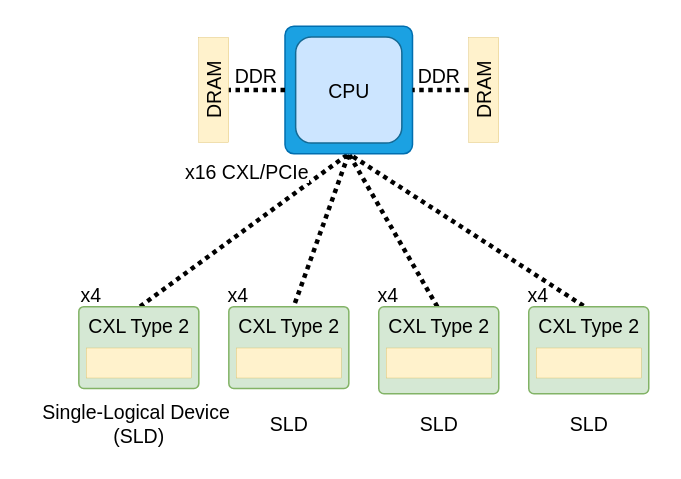
Earlier version of the draw.io diagram Figure 1b Multiple SLD Per Host Expansion.drawio (kamilkhan52/cxl_diagrams). Source tidied: cells renumbered, new cells numbered last; positions are measured from the earlier drawing's top-left corner, leaving out a move shared by most shapes. Both pictures are drawn from the tidied source at 150%, with x=0, y=0 at pixel (26, 26).
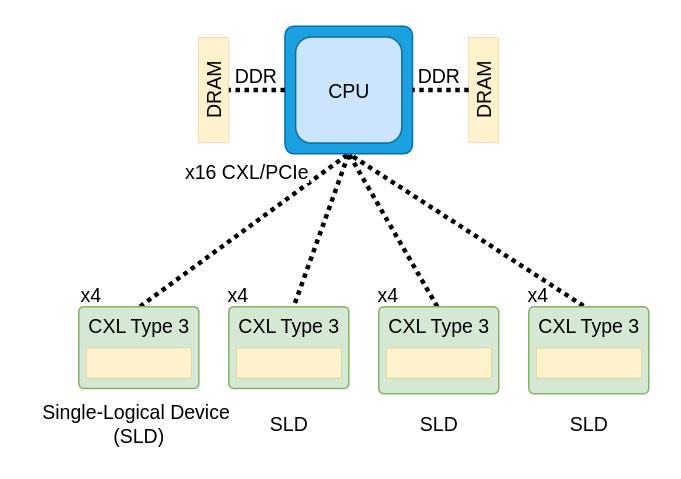
The same diagram, later.

Diff of the diagram source:
```diff
@@
-    <mxCell id="8" value="&lt;font style=&quot;font-size: 13px;&quot;&gt;CXL Type 2&lt;/font&gt;" style="text;html=1;align=center;verticalAlign=middle;points=[];strokeColor=none;fillColor=none;labelBackgroundColor=none;fontColor=#000000;fontSize=13;" parent="1" vertex="1">
+    <mxCell id="8" value="&lt;font style=&quot;font-size: 13px;&quot;&gt;CXL Type 3&lt;/font&gt;" style="text;html=1;align=center;verticalAlign=middle;points=[];strokeColor=none;fillColor=none;labelBackgroundColor=none;fontColor=#000000;fontSize=13;" parent="1" vertex="1">
       <mxGeometry x="30" y="184.5" width="90" height="30" as="geometry" />
     </mxCell>
@@
-    <mxCell id="12" value="&lt;font style=&quot;font-size: 13px;&quot;&gt;CXL Type 2&lt;/font&gt;" style="text;html=1;align=center;verticalAlign=middle;points=[];strokeColor=none;fillColor=none;labelBackgroundColor=none;fontColor=#000000;fontSize=13;" parent="1" vertex="1">
+    <mxCell id="12" value="&lt;font style=&quot;font-size: 13px;&quot;&gt;CXL Type 3&lt;/font&gt;" style="text;html=1;align=center;verticalAlign=middle;points=[];strokeColor=none;fillColor=none;labelBackgroundColor=none;fontColor=#000000;fontSize=13;" parent="1" vertex="1">
       <mxGeometry x="130" y="184.5" width="90" height="30" as="geometry" />
     </mxCell>
@@
-    <mxCell id="16" value="&lt;font style=&quot;font-size: 13px;&quot;&gt;CXL Type 2&lt;/font&gt;" style="text;html=1;align=center;verticalAlign=middle;points=[];strokeColor=none;fillColor=none;labelBackgroundColor=none;fontColor=#000000;fontSize=13;" parent="1" vertex="1">
+    <mxCell id="16" value="&lt;font style=&quot;font-size: 13px;&quot;&gt;CXL Type 3&lt;/font&gt;" style="text;html=1;align=center;verticalAlign=middle;points=[];strokeColor=none;fillColor=none;labelBackgroundColor=none;fontColor=#000000;fontSize=13;" parent="1" vertex="1">
       <mxGeometry x="230" y="184.5" width="90" height="30" as="geometry" />
     </mxCell>
@@
-    <mxCell id="20" value="&lt;font style=&quot;font-size: 13px;&quot;&gt;CXL Type 2&lt;/font&gt;" style="text;html=1;align=center;verticalAlign=middle;points=[];strokeColor=none;fillColor=none;labelBackgroundColor=none;fontColor=#000000;fontSize=13;" parent="1" vertex="1">
+    <mxCell id="20" value="&lt;font style=&quot;font-size: 13px;&quot;&gt;CXL Type 3&lt;/font&gt;" style="text;html=1;align=center;verticalAlign=middle;points=[];strokeColor=none;fillColor=none;labelBackgroundColor=none;fontColor=#000000;fontSize=13;" parent="1" vertex="1">
       <mxGeometry x="330" y="184.5" width="90" height="30" as="geometry" />
     </mxCell>
```
